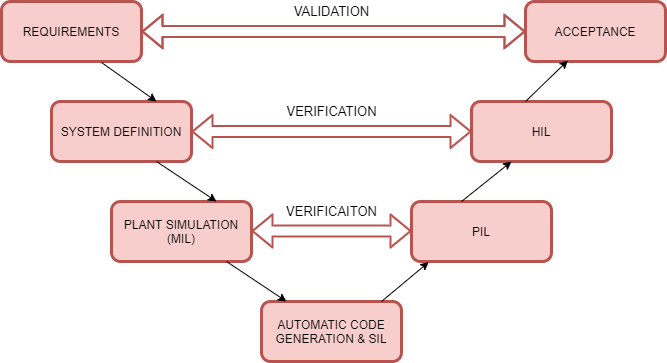
Before: Documentation/Latex file/Images/v-model.png, a diagram exported from draw.io (meltinglab/adaptive-cruise-control). Source tidied: cells renumbered, new cells last; positions are measured from the earlier drawing's top-left corner, leaving out a move shared by most shapes.
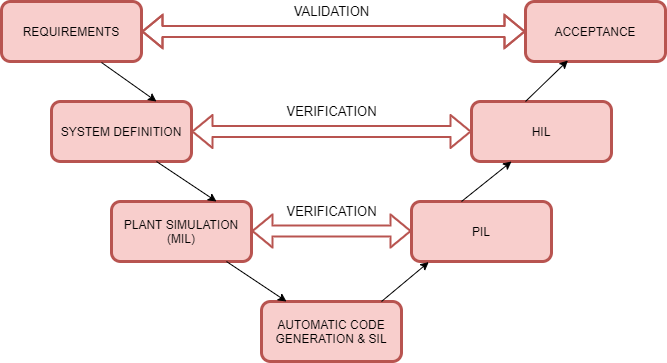
The same diagram one commit later.

Commit message:
Updated v-model.png (grammar corrections)

Change to the diagram source:
```diff
@@ -72,7 +72,7 @@
     <mxCell id="19" value="&lt;font style=&quot;font-size: 13px&quot;&gt;VERIFICATION&lt;/font&gt;" style="text;html=1;align=center;verticalAlign=middle;strokeColor=none;" parent="1" vertex="1">
       <mxGeometry x="275" y="100" width="110" height="20" as="geometry" />
     </mxCell>
-    <mxCell id="20" value="&lt;font style=&quot;font-size: 13px&quot;&gt;VERIFICAITON&lt;/font&gt;" style="text;html=1;align=center;verticalAlign=middle;strokeColor=none;" parent="1" vertex="1">
+    <mxCell id="20" value="&lt;font style=&quot;font-size: 13px&quot;&gt;VERIFICATION&lt;/font&gt;" style="text;html=1;align=center;verticalAlign=middle;strokeColor=none;" parent="1" vertex="1">
       <mxGeometry x="275" y="200" width="110" height="20" as="geometry" />
     </mxCell>
   </root>
```
